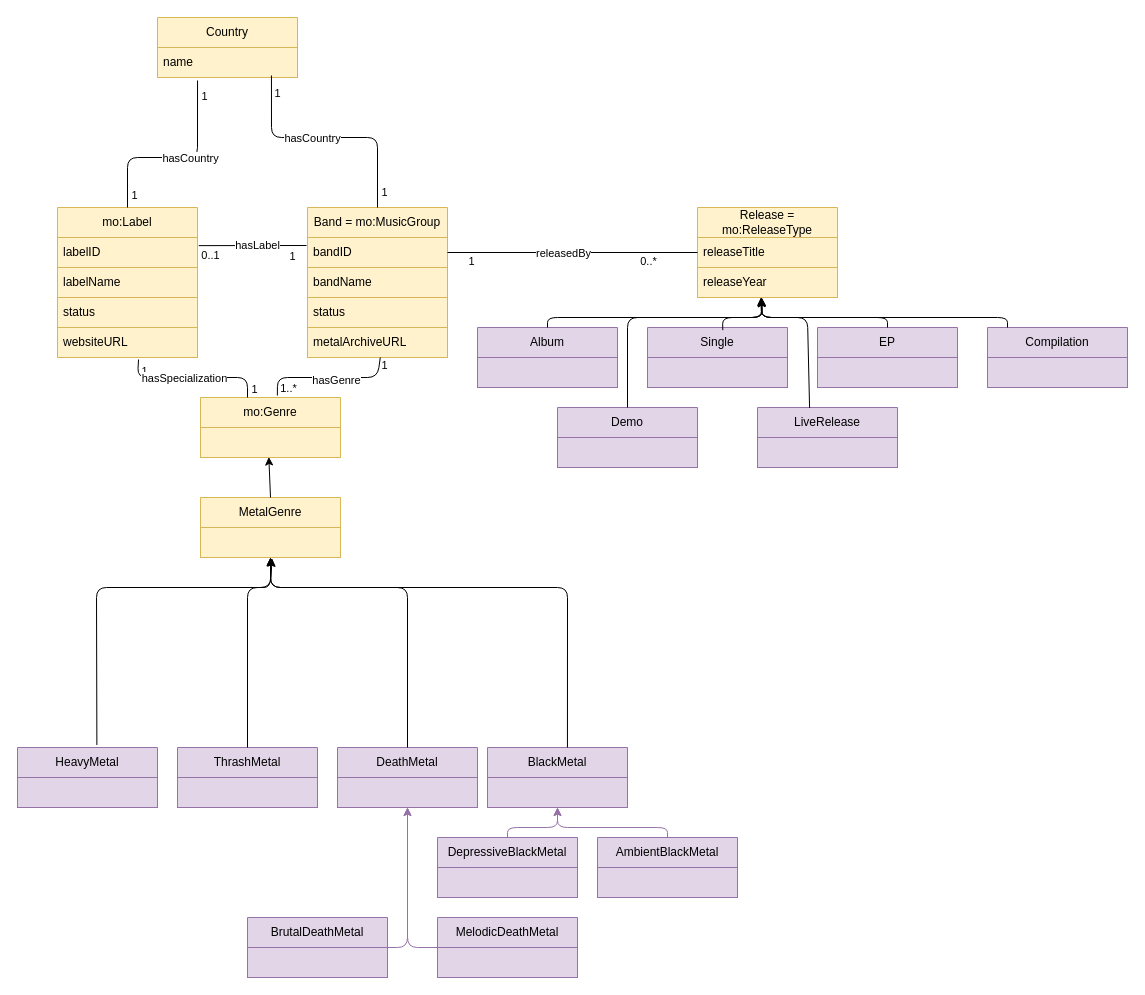
The draw.io diagram docs/uml-diagram.drawio in OceanBerlinghieri/ontometal, before the edit. Source tidied: cells renumbered, new cells numbered last; positions are measured from the earlier drawing's top-left corner, leaving out a move shared by most shapes. Both pictures are drawn from the tidied source at 100%, with x=0, y=0 at pixel (17, 17).
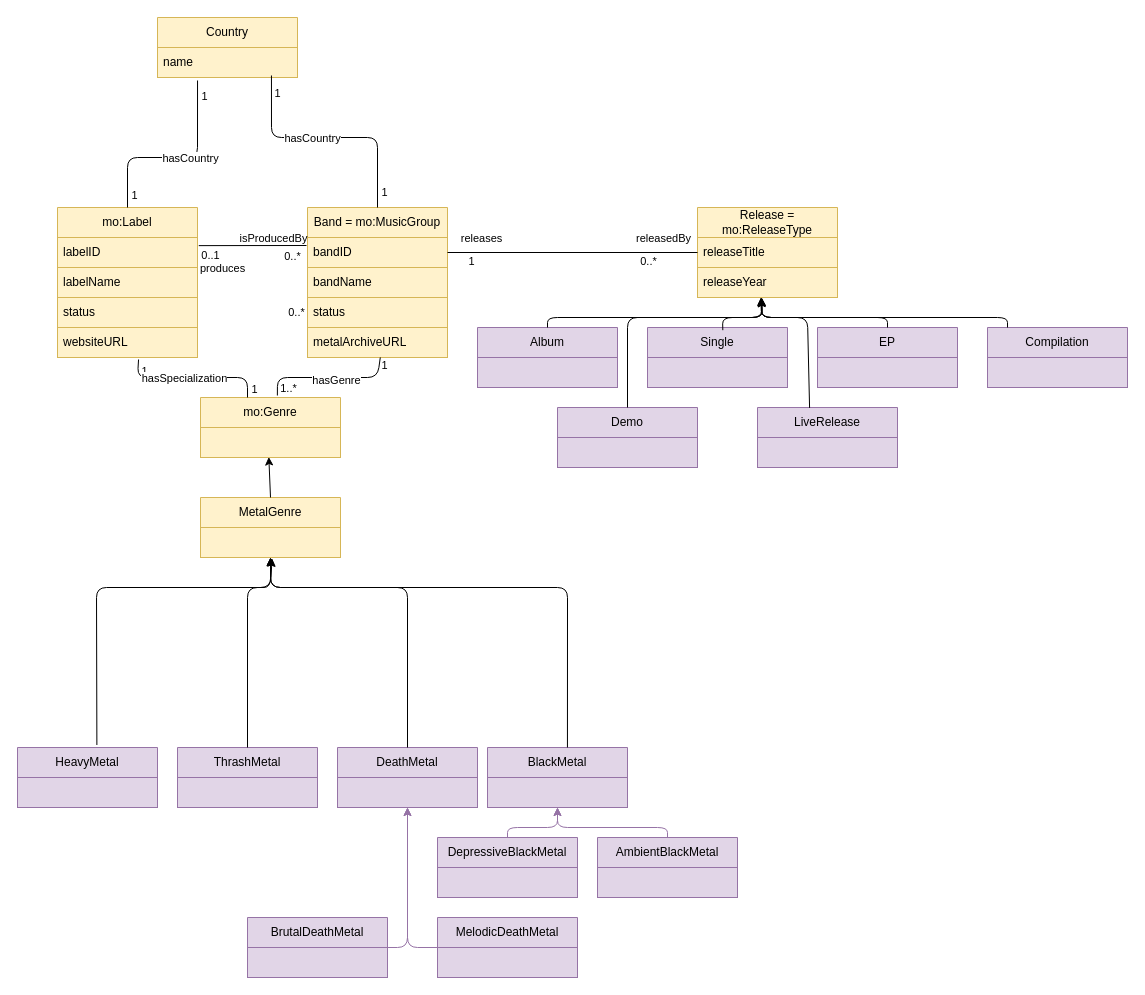
After the change.

Commit message (it also covers changes not shown here):
Object properties defined

The change refers to these unchanged cells:
```xml
<mxCell id="23" style="endArrow=none;html=1;exitX=1;exitY=0.5;exitDx=0;exitDy=0;entryX=0;entryY=0.5;entryDx=0;entryDy=0;" parent="1" edge="1" source="3" target="15">
  <mxGeometry relative="1" as="geometry" />
</mxCell>
<mxCell id="27" style="endArrow=none;html=1;exitX=1.009;exitY=0.271;exitDx=0;exitDy=0;exitPerimeter=0;" parent="1" edge="1" source="10">
  <mxGeometry relative="1" as="geometry">
    <mxPoint x="289" y="228" as="targetPoint" />
  </mxGeometry>
</mxCell>
```

Change to the diagram source:
```diff
@@
     <mxCell id="26" value="releasedBy" style="edgeLabel;html=1;align=center;verticalAlign=middle;" parent="23" vertex="1">
-      <mxGeometry x="-0.08" relative="1" as="geometry" />
+      <mxGeometry x="-0.08" relative="1" as="geometry">
+        <mxPoint x="100" y="-15" as="offset" />
+      </mxGeometry>
     </mxCell>
@@
-    <mxCell id="28" value="1" style="edgeLabel;html=1;align=center;verticalAlign=middle;" parent="27" vertex="1">
+    <mxCell id="28" value="0..*" style="edgeLabel;html=1;align=center;verticalAlign=middle;" parent="27" vertex="1">
       <mxGeometry x="0.72" y="-2" relative="1" as="geometry">
         <mxPoint y="8" as="offset" />
       </mxGeometry>
     </mxCell>
@@
-    <mxCell id="30" value="hasLabel" style="edgeLabel;html=1;align=center;verticalAlign=middle;" parent="27" vertex="1">
-      <mxGeometry x="0.07" y="1" relative="1" as="geometry" />
+    <mxCell id="30" value="isProducedBy" style="edgeLabel;html=1;align=center;verticalAlign=middle;" parent="27" vertex="1">
+      <mxGeometry x="0.07" y="1" relative="1" as="geometry">
+        <mxPoint x="16" y="-7" as="offset" />
+      </mxGeometry>
     </mxCell>
+    <mxCell id="88" value="produces" style="edgeLabel;html=1;align=center;verticalAlign=middle;" parent="27" vertex="1">
+      <mxGeometry x="-0.28" y="3" relative="1" as="geometry">
+        <mxPoint x="-16" y="25" as="offset" />
+      </mxGeometry>
+    </mxCell>
@@
+    <mxCell id="89" value="0..*" style="edgeLabel;html=1;align=center;verticalAlign=middle;" parent="1" vertex="1">
+      <mxGeometry x="300" y="235" as="geometry">
+        <mxPoint x="-22" y="59" as="offset" />
+      </mxGeometry>
+    </mxCell>
+    <mxCell id="90" value="releases" style="edgeLabel;html=1;align=center;verticalAlign=middle;" parent="1" vertex="1">
+      <mxGeometry x="460" y="220" as="geometry">
+        <mxPoint x="3" as="offset" />
+      </mxGeometry>
+    </mxCell>
```
